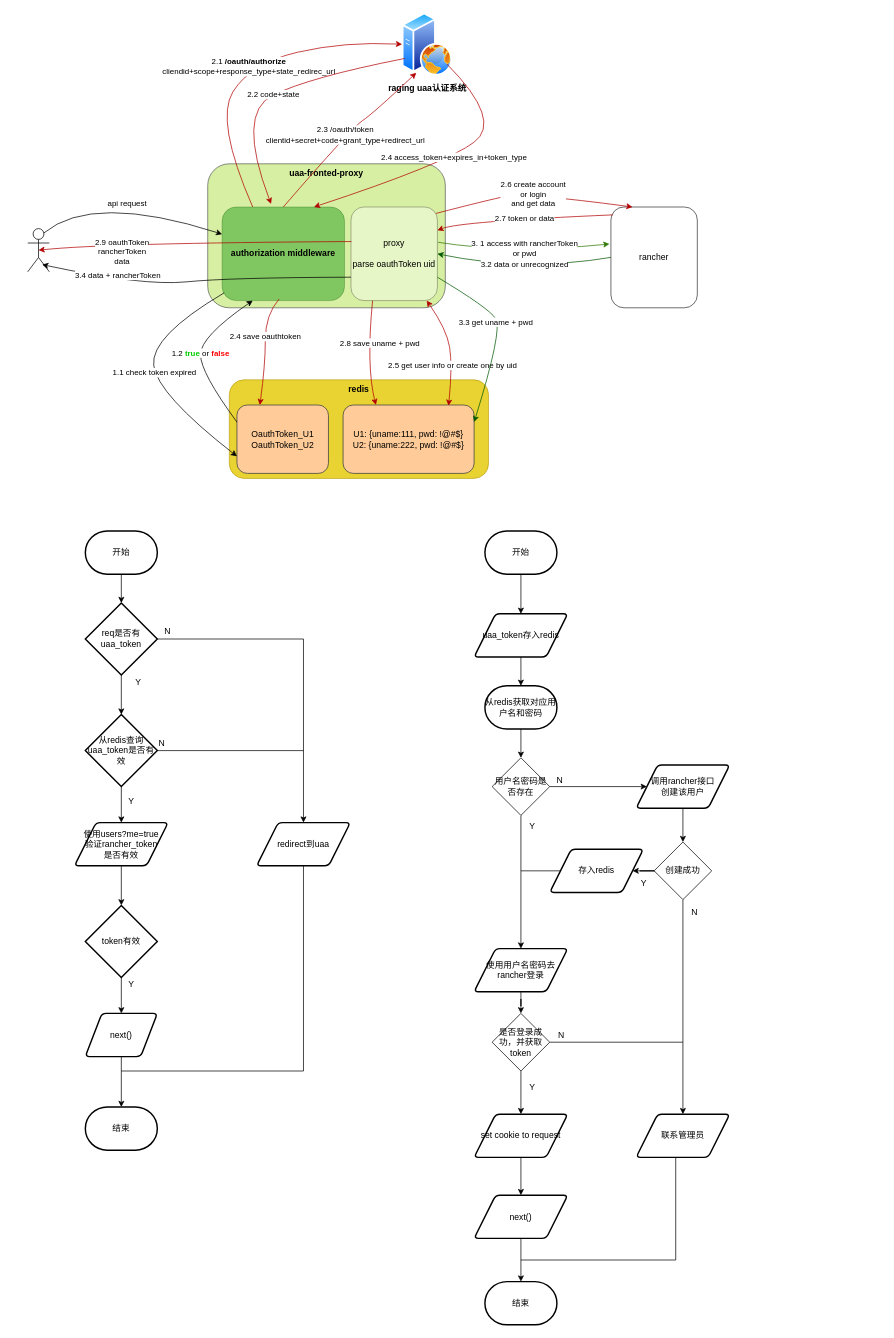
The draw.io diagram uaa-fronted-proxy.drawio in guowenshuai/draw.io, before the edit. Source tidied: cells renumbered, new cells numbered last; positions are measured from the earlier drawing's top-left corner, leaving out a move shared by most shapes. Both pictures are drawn from the tidied source at 72%, with x=0, y=0 at pixel (27, 12).
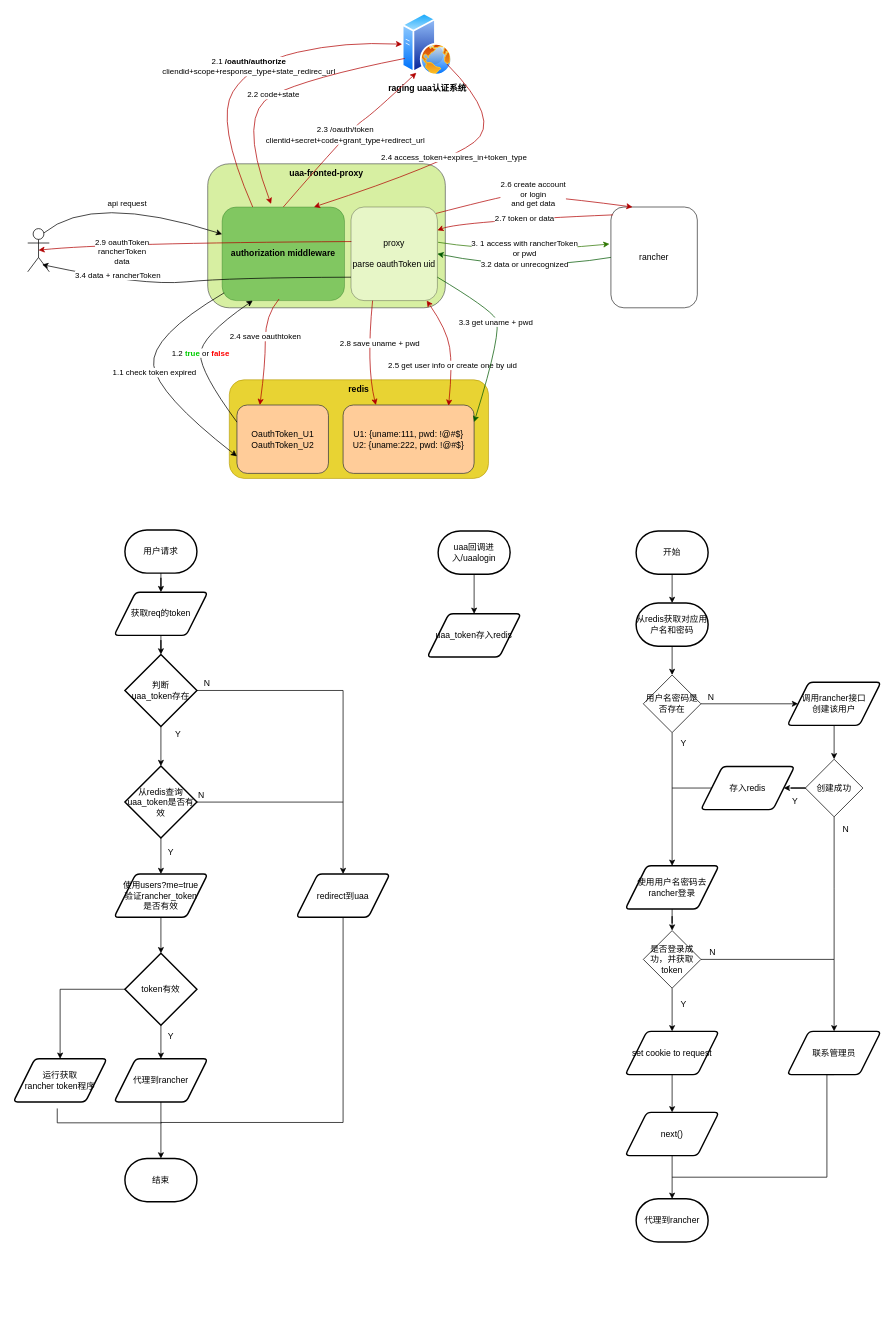
The same page after the edit.

Diff of the diagram source:
```diff
@@
     <mxCell id="30" style="edgeStyle=orthogonalEdgeStyle;rounded=0;orthogonalLoop=1;jettySize=auto;html=1;startArrow=none;startFill=0;endArrow=none;endFill=0;" parent="1" edge="1">
       <mxGeometry relative="1" as="geometry">
-        <mxPoint x="175" y="1025" as="sourcePoint" />
-        <mxPoint x="383" y="1025" as="targetPoint" />
+        <mxPoint x="230" y="1096.5" as="sourcePoint" />
+        <mxPoint x="438" y="1096.5" as="targetPoint" />
       </mxGeometry>
     </mxCell>
     <mxCell id="31" value="从redis查询uaa_token是否有效" style="strokeWidth=2;html=1;shape=mxgraph.flowchart.decision;whiteSpace=wrap;" parent="1" vertex="1">
-      <mxGeometry x="80" y="975" width="100" height="100" as="geometry" />
+      <mxGeometry x="135" y="1046.5" width="100" height="100" as="geometry" />
     </mxCell>
-    <mxCell id="32" style="edgeStyle=orthogonalEdgeStyle;rounded=0;jettySize=auto;html=1;" parent="1" edge="1" source="33" target="35">
+    <mxCell id="32" style="edgeStyle=orthogonalEdgeStyle;rounded=0;jettySize=auto;html=1;" parent="1" edge="1" source="33" target="91">
       <mxGeometry relative="1" as="geometry" />
     </mxCell>
+    <mxCell id="85" style="edgeStyle=orthogonalEdgeStyle;rounded=0;jettySize=auto;html=1;" parent="1" edge="1" source="33" target="93">
+      <mxGeometry relative="1" as="geometry" />
+    </mxCell>
     <mxCell id="33" value="token有效" style="strokeWidth=2;html=1;shape=mxgraph.flowchart.decision;whiteSpace=wrap;" parent="1" vertex="1">
-      <mxGeometry x="80" y="1240" width="100" height="100" as="geometry" />
+      <mxGeometry x="135" y="1306.5" width="100" height="100" as="geometry" />
     </mxCell>
-    <mxCell id="34" style="edgeStyle=orthogonalEdgeStyle;rounded=0;jettySize=auto;html=1;entryX=0.5;entryY=0;entryDx=0;entryDy=0;entryPerimeter=0;" parent="1" edge="1" source="35" target="38">
+    <mxCell id="34" style="edgeStyle=orthogonalEdgeStyle;rounded=0;jettySize=auto;html=1;entryX=0.5;entryY=0;entryDx=0;entryDy=0;entryPerimeter=0;" parent="1" edge="1" source="91" target="38">
       <mxGeometry relative="1" as="geometry" />
     </mxCell>
-    <mxCell id="35" value="next()" style="shape=parallelogram;html=1;strokeWidth=2;perimeter=parallelogramPerimeter;whiteSpace=wrap;rounded=1;arcSize=12;size=0.23;" parent="1" vertex="1">
-      <mxGeometry x="80" y="1390" width="100" height="60" as="geometry" />
-    </mxCell>
-    <mxCell id="36" style="edgeStyle=orthogonalEdgeStyle;rounded=0;jettySize=auto;html=1;" parent="1" edge="1" source="37" target="41">
-      <mxGeometry relative="1" as="geometry" />
-    </mxCell>
+    <mxCell id="86" style="edgeStyle=orthogonalEdgeStyle;rounded=0;jettySize=auto;html=1;" parent="1" edge="1" source="37" target="90">
+      <mxGeometry relative="1" as="geometry" />
+    </mxCell>
-    <mxCell id="37" value="开始" style="strokeWidth=2;html=1;shape=mxgraph.flowchart.terminator;whiteSpace=wrap;" parent="1" vertex="1">
-      <mxGeometry x="80" y="720" width="100" height="60" as="geometry" />
+    <mxCell id="37" value="用户请求" style="strokeWidth=2;html=1;shape=mxgraph.flowchart.terminator;whiteSpace=wrap;" parent="1" vertex="1">
+      <mxGeometry x="135" y="718.5" width="100" height="60" as="geometry" />
     </mxCell>
     <mxCell id="38" value="结束" style="strokeWidth=2;html=1;shape=mxgraph.flowchart.terminator;whiteSpace=wrap;" parent="1" vertex="1">
-      <mxGeometry x="80" y="1520" width="100" height="60" as="geometry" />
+      <mxGeometry x="135" y="1591.5" width="100" height="60" as="geometry" />
     </mxCell>
@@
-    <mxCell id="41" value="req是否有uaa_token" style="strokeWidth=2;html=1;shape=mxgraph.flowchart.decision;whiteSpace=wrap;" parent="1" vertex="1">
-      <mxGeometry x="80" y="820" width="100" height="100" as="geometry" />
+    <mxCell id="41" value="判断&lt;br&gt;uaa_token存在" style="strokeWidth=2;html=1;shape=mxgraph.flowchart.decision;whiteSpace=wrap;" parent="1" vertex="1">
+      <mxGeometry x="135" y="891.5" width="100" height="100" as="geometry" />
     </mxCell>
     <mxCell id="42" value="Y" style="text;html=1;align=left;verticalAlign=top;spacingTop=-4;" parent="1" vertex="1">
-      <mxGeometry x="148" y="920" width="20" height="20" as="geometry" />
+      <mxGeometry x="203" y="991.5" width="20" height="20" as="geometry" />
     </mxCell>
@@
-    <mxCell id="44" value="开始" style="strokeWidth=2;html=1;shape=mxgraph.flowchart.terminator;whiteSpace=wrap;" parent="1" vertex="1">
-      <mxGeometry x="635" y="720" width="100" height="60" as="geometry" />
+    <mxCell id="44" value="uaa回调进入/uaalogin" style="strokeWidth=2;html=1;shape=mxgraph.flowchart.terminator;whiteSpace=wrap;" parent="1" vertex="1">
+      <mxGeometry x="570" y="720" width="100" height="60" as="geometry" />
     </mxCell>
-    <mxCell id="45" style="edgeStyle=orthogonalEdgeStyle;rounded=0;jettySize=auto;html=1;startArrow=none;startFill=0;endArrow=classic;endFill=1;exitX=0.5;exitY=1;exitDx=0;exitDy=0;" parent="1" edge="1" source="54" target="47">
-      <mxGeometry relative="1" as="geometry" />
-    </mxCell>
@@
     <mxCell id="47" value="从redis获取对应用户名和密码" style="strokeWidth=2;html=1;shape=mxgraph.flowchart.terminator;whiteSpace=wrap;" parent="1" vertex="1">
-      <mxGeometry x="635" y="935" width="100" height="60" as="geometry" />
+      <mxGeometry x="845" y="820" width="100" height="60" as="geometry" />
     </mxCell>
@@
     <mxCell id="50" value="用户名密码是否存在" style="rhombus;whiteSpace=wrap;html=1;" parent="1" vertex="1">
-      <mxGeometry x="645" y="1035" width="80" height="80" as="geometry" />
+      <mxGeometry x="855" y="920" width="80" height="80" as="geometry" />
     </mxCell>
@@
     <mxCell id="53" value="是否登录成功，并获取token" style="rhombus;whiteSpace=wrap;html=1;" parent="1" vertex="1">
-      <mxGeometry x="645" y="1390" width="80" height="80" as="geometry" />
+      <mxGeometry x="855" y="1275" width="80" height="80" as="geometry" />
     </mxCell>
     <mxCell id="54" value="uaa_token存入redis" style="shape=parallelogram;html=1;strokeWidth=2;perimeter=parallelogramPerimeter;whiteSpace=wrap;rounded=1;arcSize=12;size=0.23;" parent="1" vertex="1">
-      <mxGeometry x="620" y="835" width="130" height="60" as="geometry" />
+      <mxGeometry x="555" y="835" width="130" height="60" as="geometry" />
     </mxCell>
@@
     <mxCell id="56" value="调用rancher接口&lt;br&gt;创建该用户" style="shape=parallelogram;html=1;strokeWidth=2;perimeter=parallelogramPerimeter;whiteSpace=wrap;rounded=1;arcSize=12;size=0.23;" parent="1" vertex="1">
-      <mxGeometry x="845" y="1045" width="130" height="60" as="geometry" />
+      <mxGeometry x="1055" y="930" width="130" height="60" as="geometry" />
     </mxCell>
     <mxCell id="57" value="N" style="text;html=1;align=left;verticalAlign=top;spacingTop=-4;" parent="1" vertex="1">
-      <mxGeometry x="733" y="1056" width="20" height="20" as="geometry" />
+      <mxGeometry x="943" y="941" width="20" height="20" as="geometry" />
     </mxCell>
     <mxCell id="58" style="edgeStyle=orthogonalEdgeStyle;rounded=0;orthogonalLoop=1;jettySize=auto;html=1;endArrow=none;endFill=0;endSize=6;strokeWidth=1;" parent="1" edge="1">
       <mxGeometry relative="1" as="geometry">
-        <mxPoint x="745" y="1192" as="sourcePoint" />
-        <mxPoint x="685" y="1192" as="targetPoint" />
+        <mxPoint x="955" y="1077" as="sourcePoint" />
+        <mxPoint x="895" y="1077" as="targetPoint" />
       </mxGeometry>
     </mxCell>
     <mxCell id="59" value="存入redis" style="shape=parallelogram;html=1;strokeWidth=2;perimeter=parallelogramPerimeter;whiteSpace=wrap;rounded=1;arcSize=12;size=0.23;" parent="1" vertex="1">
-      <mxGeometry x="725" y="1162" width="130" height="60" as="geometry" />
+      <mxGeometry x="935" y="1047" width="130" height="60" as="geometry" />
     </mxCell>
     <mxCell id="60" value="Y" style="text;html=1;align=left;verticalAlign=top;spacingTop=-4;" parent="1" vertex="1">
-      <mxGeometry x="695" y="1120" width="20" height="20" as="geometry" />
+      <mxGeometry x="905" y="1005" width="20" height="20" as="geometry" />
     </mxCell>
     <mxCell id="61" value="Y" style="text;html=1;align=left;verticalAlign=top;spacingTop=-4;" parent="1" vertex="1">
-      <mxGeometry x="695" y="1482.5" width="20" height="20" as="geometry" />
+      <mxGeometry x="905" y="1367.5" width="20" height="20" as="geometry" />
     </mxCell>
@@
-    <mxCell id="64" value="结束" style="strokeWidth=2;html=1;shape=mxgraph.flowchart.terminator;whiteSpace=wrap;" parent="1" vertex="1">
-      <mxGeometry x="635" y="1762.5" width="100" height="60" as="geometry" />
+    <mxCell id="64" value="代理到rancher" style="strokeWidth=2;html=1;shape=mxgraph.flowchart.terminator;whiteSpace=wrap;" parent="1" vertex="1">
+      <mxGeometry x="845" y="1647.5" width="100" height="60" as="geometry" />
     </mxCell>
     <mxCell id="65" style="edgeStyle=orthogonalEdgeStyle;rounded=0;jettySize=auto;html=1;startArrow=none;startFill=0;endArrow=none;endFill=0;exitX=0.5;exitY=1;exitDx=0;exitDy=0;" parent="1" edge="1" source="71">
       <mxGeometry relative="1" as="geometry">
-        <mxPoint x="685" y="1732.5" as="targetPoint" />
+        <mxPoint x="895" y="1617.5" as="targetPoint" />
         <Array as="points">
-          <mxPoint x="900" y="1733" />
+          <mxPoint x="1110" y="1618" />
         </Array>
       </mxGeometry>
     </mxCell>
@@
     <mxCell id="67" value="使用用户名密码去rancher登录" style="shape=parallelogram;html=1;strokeWidth=2;perimeter=parallelogramPerimeter;whiteSpace=wrap;rounded=1;arcSize=12;size=0.23;" parent="1" vertex="1">
-      <mxGeometry x="620" y="1300" width="130" height="60" as="geometry" />
+      <mxGeometry x="830" y="1185" width="130" height="60" as="geometry" />
     </mxCell>
     <mxCell id="68" value="N" style="text;html=1;align=left;verticalAlign=top;spacingTop=-4;" parent="1" vertex="1">
-      <mxGeometry x="735" y="1410" width="20" height="20" as="geometry" />
+      <mxGeometry x="945" y="1295" width="20" height="20" as="geometry" />
     </mxCell>
     <mxCell id="69" value="set cookie to request" style="shape=parallelogram;html=1;strokeWidth=2;perimeter=parallelogramPerimeter;whiteSpace=wrap;rounded=1;arcSize=12;size=0.23;" parent="1" vertex="1">
-      <mxGeometry x="620" y="1530" width="130" height="60" as="geometry" />
+      <mxGeometry x="830" y="1415" width="130" height="60" as="geometry" />
     </mxCell>
     <mxCell id="70" value="next()" style="shape=parallelogram;html=1;strokeWidth=2;perimeter=parallelogramPerimeter;whiteSpace=wrap;rounded=1;arcSize=12;size=0.23;" parent="1" vertex="1">
-      <mxGeometry x="620" y="1642.5" width="130" height="60" as="geometry" />
+      <mxGeometry x="830" y="1527.5" width="130" height="60" as="geometry" />
     </mxCell>
     <mxCell id="71" value="联系管理员" style="shape=parallelogram;html=1;strokeWidth=2;perimeter=parallelogramPerimeter;whiteSpace=wrap;rounded=1;arcSize=12;size=0.23;" parent="1" vertex="1">
-      <mxGeometry x="845" y="1530" width="130" height="60" as="geometry" />
+      <mxGeometry x="1055" y="1415" width="130" height="60" as="geometry" />
     </mxCell>
     <mxCell id="72" value="N" style="text;html=1;align=left;verticalAlign=top;spacingTop=-4;" parent="1" vertex="1">
-      <mxGeometry x="188" y="850" width="20" height="20" as="geometry" />
+      <mxGeometry x="243" y="921.5" width="20" height="20" as="geometry" />
     </mxCell>
     <mxCell id="73" style="edgeStyle=orthogonalEdgeStyle;rounded=0;jettySize=auto;html=1;startArrow=none;startFill=0;endArrow=none;endFill=0;exitX=0.5;exitY=1;exitDx=0;exitDy=0;" parent="1" edge="1" source="74">
       <mxGeometry relative="1" as="geometry">
-        <mxPoint x="130" y="1470" as="targetPoint" />
+        <mxPoint x="185" y="1541.5" as="targetPoint" />
         <Array as="points">
-          <mxPoint x="383" y="1470" />
+          <mxPoint x="438" y="1541.5" />
         </Array>
       </mxGeometry>
     </mxCell>
     <mxCell id="74" value="redirect到uaa" style="shape=parallelogram;html=1;strokeWidth=2;perimeter=parallelogramPerimeter;whiteSpace=wrap;rounded=1;arcSize=12;size=0.23;" parent="1" vertex="1">
-      <mxGeometry x="318" y="1125" width="130" height="60" as="geometry" />
+      <mxGeometry x="373" y="1196.5" width="130" height="60" as="geometry" />
     </mxCell>
     <mxCell id="75" value="Y" style="text;html=1;align=left;verticalAlign=top;spacingTop=-4;" parent="1" vertex="1">
-      <mxGeometry x="138" y="1085" width="20" height="20" as="geometry" />
+      <mxGeometry x="193" y="1156.5" width="20" height="20" as="geometry" />
     </mxCell>
@@
     <mxCell id="77" value="使用users?me=true&lt;br&gt;验证rancher_token&lt;br&gt;是否有效" style="shape=parallelogram;html=1;strokeWidth=2;perimeter=parallelogramPerimeter;whiteSpace=wrap;rounded=1;arcSize=12;size=0.23;" parent="1" vertex="1">
-      <mxGeometry x="65" y="1125" width="130" height="60" as="geometry" />
+      <mxGeometry x="120" y="1196.5" width="130" height="60" as="geometry" />
     </mxCell>
     <mxCell id="78" value="Y" style="text;html=1;align=left;verticalAlign=top;spacingTop=-4;" parent="1" vertex="1">
-      <mxGeometry x="138" y="1340" width="20" height="20" as="geometry" />
+      <mxGeometry x="193" y="1411.5" width="20" height="20" as="geometry" />
     </mxCell>
     <mxCell id="79" value="N" style="text;html=1;align=left;verticalAlign=top;spacingTop=-4;" parent="1" vertex="1">
-      <mxGeometry x="180" y="1005" width="20" height="20" as="geometry" />
+      <mxGeometry x="235" y="1076.5" width="20" height="20" as="geometry" />
     </mxCell>
     <mxCell id="80" style="edgeStyle=orthogonalEdgeStyle;rounded=0;jettySize=auto;html=1;endArrow=none;endFill=0;endSize=6;strokeWidth=1;" parent="1" edge="1" source="82">
       <mxGeometry relative="1" as="geometry">
-        <mxPoint x="910" y="1430" as="targetPoint" />
+        <mxPoint x="1120" y="1315" as="targetPoint" />
       </mxGeometry>
     </mxCell>
@@
     <mxCell id="82" value="创建成功" style="rhombus;whiteSpace=wrap;html=1;" parent="1" vertex="1">
-      <mxGeometry x="870" y="1152" width="80" height="80" as="geometry" />
+      <mxGeometry x="1080" y="1037" width="80" height="80" as="geometry" />
     </mxCell>
     <mxCell id="83" value="N" style="text;html=1;align=left;verticalAlign=top;spacingTop=-4;" parent="1" vertex="1">
-      <mxGeometry x="920" y="1240" width="20" height="20" as="geometry" />
+      <mxGeometry x="1130" y="1125" width="20" height="20" as="geometry" />
     </mxCell>
     <mxCell id="84" value="Y" style="text;html=1;align=left;verticalAlign=top;spacingTop=-4;" parent="1" vertex="1">
-      <mxGeometry x="850" y="1200" width="20" height="20" as="geometry" />
+      <mxGeometry x="1060" y="1085" width="20" height="20" as="geometry" />
     </mxCell>
+    <mxCell id="87" style="edgeStyle=orthogonalEdgeStyle;rounded=0;jettySize=auto;html=1;" parent="1" edge="1" source="88" target="47">
+      <mxGeometry relative="1" as="geometry" />
+    </mxCell>
+    <mxCell id="88" value="开始" style="strokeWidth=2;html=1;shape=mxgraph.flowchart.terminator;whiteSpace=wrap;" parent="1" vertex="1">
+      <mxGeometry x="845" y="720" width="100" height="60" as="geometry" />
+    </mxCell>
+    <mxCell id="89" style="edgeStyle=orthogonalEdgeStyle;rounded=0;jettySize=auto;html=1;" parent="1" edge="1" source="90" target="41">
+      <mxGeometry relative="1" as="geometry" />
+    </mxCell>
+    <mxCell id="90" value="获取req的token" style="shape=parallelogram;html=1;strokeWidth=2;perimeter=parallelogramPerimeter;whiteSpace=wrap;rounded=1;arcSize=12;size=0.23;" parent="1" vertex="1">
+      <mxGeometry x="120" y="805" width="130" height="60" as="geometry" />
+    </mxCell>
+    <mxCell id="91" value="代理到rancher" style="shape=parallelogram;html=1;strokeWidth=2;perimeter=parallelogramPerimeter;whiteSpace=wrap;rounded=1;arcSize=12;size=0.23;" parent="1" vertex="1">
+      <mxGeometry x="120" y="1453" width="130" height="60" as="geometry" />
+    </mxCell>
+    <mxCell id="92" style="edgeStyle=orthogonalEdgeStyle;rounded=0;orthogonalLoop=1;jettySize=auto;html=1;endArrow=none;endFill=0;" parent="1" edge="1">
+      <mxGeometry relative="1" as="geometry">
+        <mxPoint x="41" y="1522" as="sourcePoint" />
+        <mxPoint x="186" y="1542" as="targetPoint" />
+        <Array as="points">
+          <mxPoint x="41" y="1542" />
+        </Array>
+      </mxGeometry>
+    </mxCell>
+    <mxCell id="93" value="运行获取&lt;br&gt;rancher token程序" style="shape=parallelogram;html=1;strokeWidth=2;perimeter=parallelogramPerimeter;whiteSpace=wrap;rounded=1;arcSize=12;size=0.23;" parent="1" vertex="1">
+      <mxGeometry x="-20" y="1453" width="130" height="60" as="geometry" />
+    </mxCell>
```
